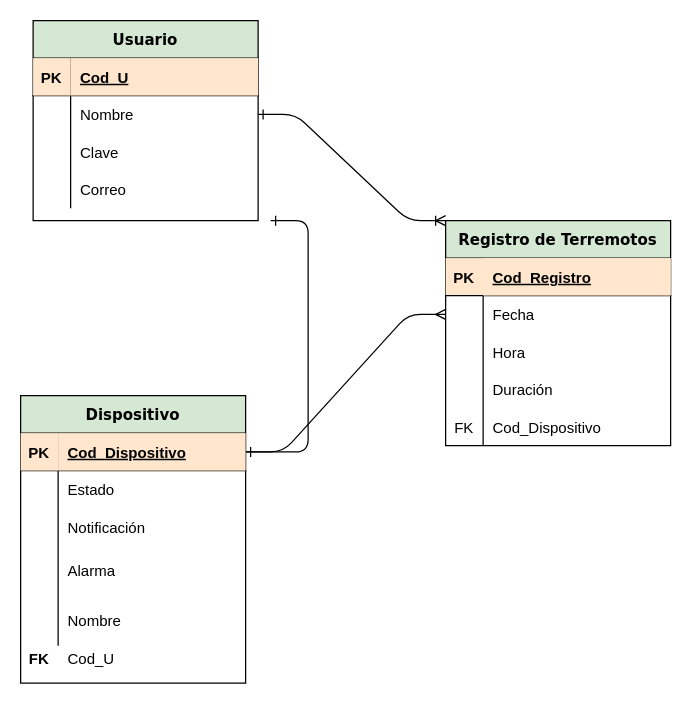
Above: EW.drawio in Ivan-Tang1MTFAZ/Clase_4 (draw.io), before the change. Source tidied: cells renumbered, new cells numbered last; positions are measured from the earlier drawing's top-left corner, leaving out a move shared by most shapes. Both pictures are drawn from the tidied source at 125%, with x=0, y=0 at pixel (20, 20).
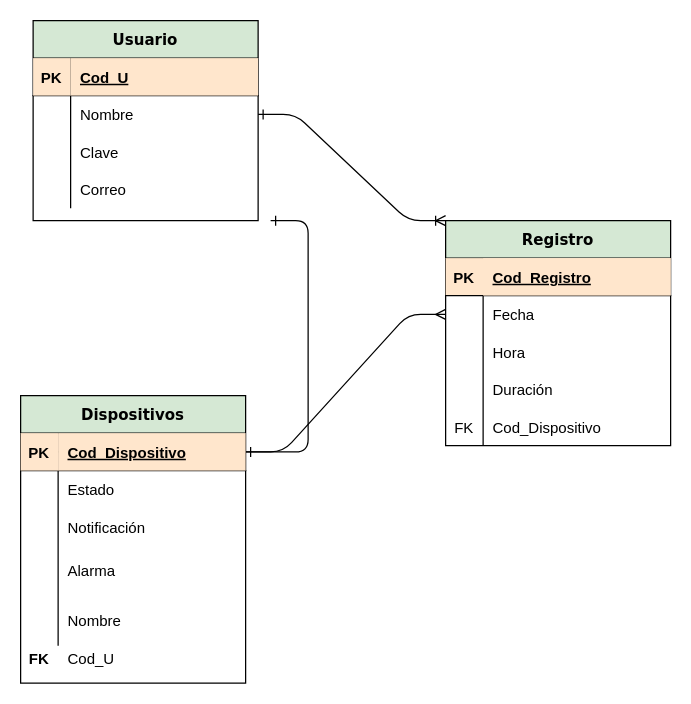
After the change.

Commit message:
Cambios Finales

Change to the diagram source:
```diff
@@
-    <mxCell id="17" value="Dispositivo" style="shape=table;startSize=30;childLayout=tableLayout;rowLines=0;fontStyle=1;align=center;fillColor=#d5e8d4;fontFamily=Verdana;" parent="1" vertex="1">
+    <mxCell id="17" value="Dispositivos" style="shape=table;startSize=30;childLayout=tableLayout;rowLines=0;fontStyle=1;align=center;fillColor=#d5e8d4;fontFamily=Verdana;" parent="1" vertex="1">
       <mxGeometry y="300" width="180" height="230" as="geometry" />
     </mxCell>
@@
-    <mxCell id="36" value="Registro de Terremotos" style="shape=table;startSize=30;childLayout=tableLayout;rowLines=0;fontStyle=1;align=center;fillColor=#D5E8D4;fontFamily=Verdana;" parent="1" vertex="1">
+    <mxCell id="36" value="Registro" style="shape=table;startSize=30;childLayout=tableLayout;rowLines=0;fontStyle=1;align=center;fillColor=#D5E8D4;fontFamily=Verdana;" parent="1" vertex="1">
       <mxGeometry x="340" y="160" width="180" height="180" as="geometry" />
     </mxCell>
```
